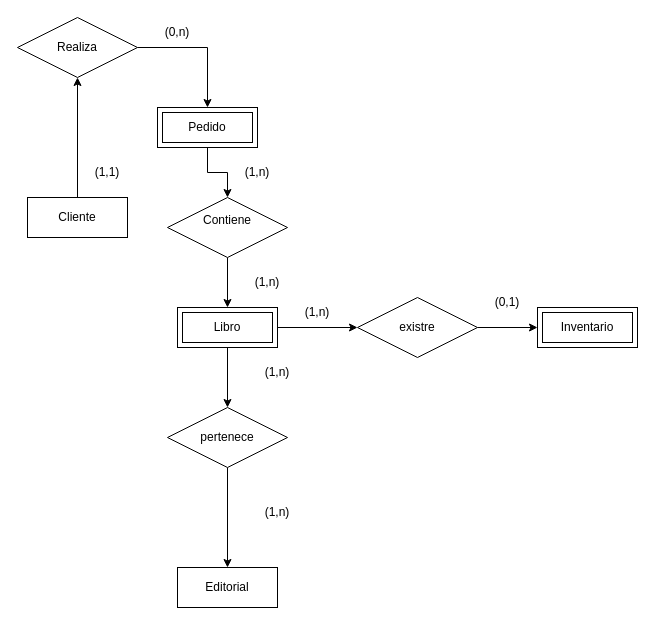
Earlier version of the draw.io diagram Manejo de bases de datos.drawio (lucaperez123/CursoAlura). Source tidied: cells renumbered, new cells numbered last; positions are measured from the earlier drawing's top-left corner, leaving out a move shared by most shapes. Both pictures are drawn from the tidied source at 100%, with x=0, y=0 at pixel (17, 17).
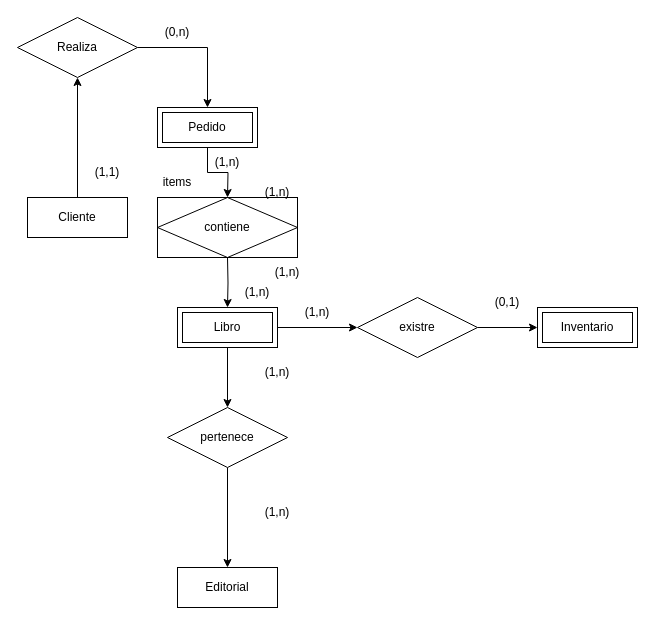
The same diagram, later.

Commit message:
agregamos una entidad asociativa

Unchanged cells that the change refers to:
```xml
<mxCell id="5" value="Pedido" style="shape=ext;margin=3;double=1;whiteSpace=wrap;html=1;align=center;" parent="1" vertex="1">
  <mxGeometry x="140" y="90" width="100" height="40" as="geometry" />
</mxCell>
<mxCell id="9" value="Libro" style="shape=ext;margin=3;double=1;whiteSpace=wrap;html=1;align=center;" parent="1" vertex="1">
  <mxGeometry x="160" y="290" width="100" height="40" as="geometry" />
</mxCell>
```

The edit, as a diff of the source:
```diff
@@
-    <mxCell id="4" style="edgeStyle=orthogonalEdgeStyle;rounded=0;jettySize=auto;html=1;exitX=0.5;exitY=1;exitDx=0;exitDy=0;entryX=0.5;entryY=0;entryDx=0;entryDy=0;" parent="1" edge="1" source="5" target="16">
-      <mxGeometry relative="1" as="geometry" />
+    <mxCell id="4" style="edgeStyle=orthogonalEdgeStyle;rounded=0;jettySize=auto;html=1;exitX=0.5;exitY=1;exitDx=0;exitDy=0;entryX=0.5;entryY=0;entryDx=0;entryDy=0;" parent="1" edge="1" source="5">
+      <mxGeometry relative="1" as="geometry">
+        <mxPoint x="210" y="180" as="targetPoint" />
+      </mxGeometry>
     </mxCell>
@@
-    <mxCell id="15" style="edgeStyle=orthogonalEdgeStyle;rounded=0;jettySize=auto;html=1;exitX=0.5;exitY=1;exitDx=0;exitDy=0;entryX=0.5;entryY=0;entryDx=0;entryDy=0;" parent="1" edge="1" source="16" target="9">
-      <mxGeometry relative="1" as="geometry" />
+    <mxCell id="15" style="edgeStyle=orthogonalEdgeStyle;rounded=0;jettySize=auto;html=1;exitX=0.5;exitY=1;exitDx=0;exitDy=0;entryX=0.5;entryY=0;entryDx=0;entryDy=0;" parent="1" edge="1" target="9">
+      <mxGeometry relative="1" as="geometry">
+        <mxPoint x="210" y="240" as="sourcePoint" />
+      </mxGeometry>
     </mxCell>
-    <mxCell id="16" value="Contiene&lt;div&gt;&lt;br&gt;&lt;/div&gt;" style="shape=rhombus;perimeter=rhombusPerimeter;whiteSpace=wrap;html=1;align=center;" parent="1" vertex="1">
-      <mxGeometry x="150" y="180" width="120" height="60" as="geometry" />
-    </mxCell>
     <mxCell id="17" value="(1,n)" style="text;html=1;align=center;verticalAlign=middle;whiteSpace=wrap;rounded=0;" parent="1" vertex="1">
-      <mxGeometry x="210" y="140" width="60" height="30" as="geometry" />
+      <mxGeometry x="180" y="130" width="60" height="30" as="geometry" />
     </mxCell>
     <mxCell id="18" value="(1,n)" style="text;html=1;align=center;verticalAlign=middle;whiteSpace=wrap;rounded=0;" parent="1" vertex="1">
-      <mxGeometry x="220" y="250" width="60" height="30" as="geometry" />
+      <mxGeometry x="210" y="260" width="60" height="30" as="geometry" />
     </mxCell>
@@
+    <mxCell id="27" value="contiene" style="shape=associativeEntity;whiteSpace=wrap;html=1;align=center;" parent="1" vertex="1">
+      <mxGeometry x="140" y="180" width="140" height="60" as="geometry" />
+    </mxCell>
+    <mxCell id="28" value="items" style="text;html=1;align=center;verticalAlign=middle;whiteSpace=wrap;rounded=0;" parent="1" vertex="1">
+      <mxGeometry x="130" y="150" width="60" height="30" as="geometry" />
+    </mxCell>
+    <mxCell id="29" value="(1,n)" style="text;html=1;align=center;verticalAlign=middle;whiteSpace=wrap;rounded=0;" parent="1" vertex="1">
+      <mxGeometry x="230" y="160" width="60" height="30" as="geometry" />
+    </mxCell>
+    <mxCell id="30" value="(1,n)" style="text;html=1;align=center;verticalAlign=middle;whiteSpace=wrap;rounded=0;" parent="1" vertex="1">
+      <mxGeometry x="240" y="240" width="60" height="30" as="geometry" />
+    </mxCell>
```
